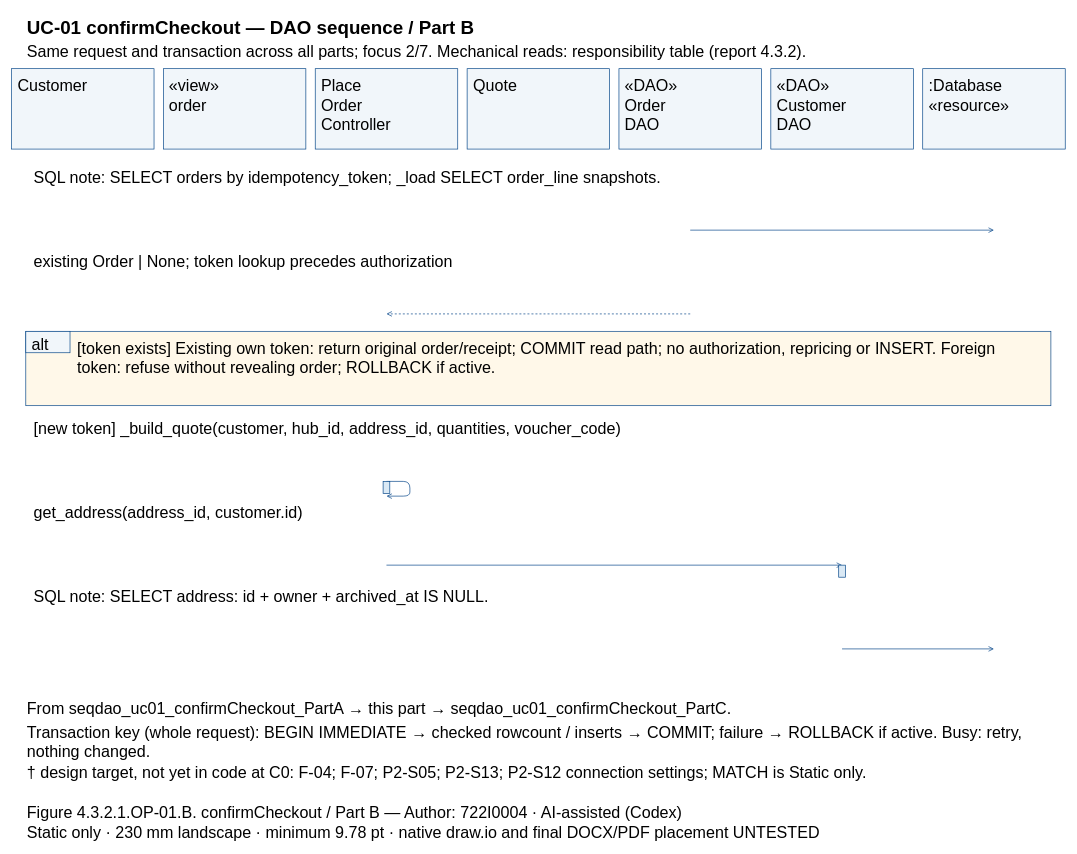
Above: models/UC-01/seqdao_uc01_confirmCheckout_PartB.drawio in Dat071104/SaigonBite (draw.io), before the change. Source tidied: cells renumbered, new cells numbered last; positions are measured from the earlier drawing's top-left corner, leaving out a move shared by most shapes. Both pictures are drawn from the tidied source at 67%, with x=0, y=0 at pixel (11, 11).
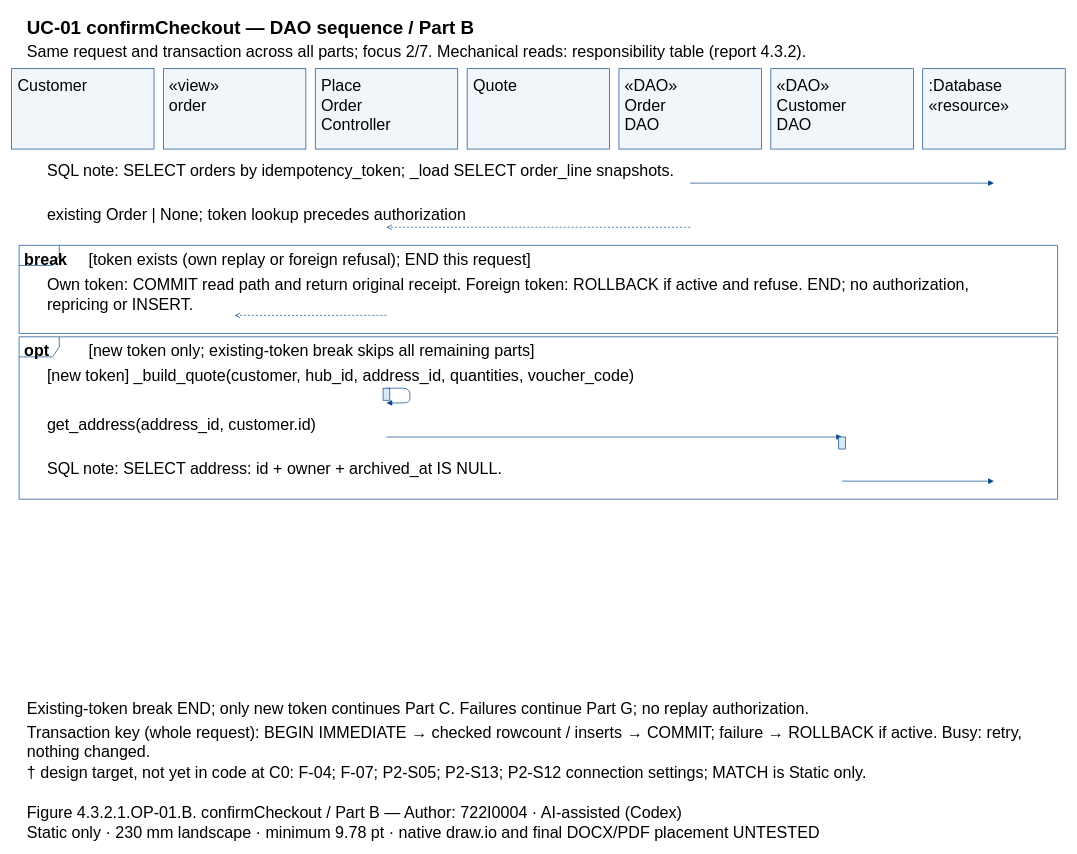
The same page after the edit.

Change to the diagram source:
```diff
@@
+    <mxCell id="49" style="shape=umlFrame;fillColor=none;strokeColor=#004387;" parent="1" vertex="1">
+      <mxGeometry x="11" y="348.7" width="1550" height="131.5" as="geometry" />
+    </mxCell>
+    <mxCell id="50" style="shape=umlFrame;fillColor=none;strokeColor=#004387;" parent="1" vertex="1">
+      <mxGeometry x="11" y="485.2" width="1550" height="242.4" as="geometry" />
+    </mxCell>
@@
-    <mxCell id="5" value="Customer" style="text;html=0;whiteSpace=wrap;align=left;verticalAlign=top;strokeColor=none;fillColor=none;fontFamily=Arial;fontSize=24;fontStyle=0;" parent="1" vertex="1">
-      <mxGeometry x="6.7" y="90" width="198.7" height="27.8" as="geometry" />
-    </mxCell>
+    <mxCell id="7" value="Customer" style="text;html=0;whiteSpace=wrap;align=left;verticalAlign=top;strokeColor=none;fillColor=none;fontFamily=Arial;fontSize=24;fontStyle=0;" parent="1" vertex="1">
+      <mxGeometry x="6.7" y="90" width="198.7" height="27.8" as="geometry" />
+    </mxCell>
@@
-    <mxCell id="7" value="«view»&#10;order" style="text;html=0;whiteSpace=wrap;align=left;verticalAlign=top;strokeColor=none;fillColor=none;fontFamily=Arial;fontSize=24;fontStyle=0;" parent="1" vertex="1">
-      <mxGeometry x="233.3" y="90" width="198.7" height="55.7" as="geometry" />
-    </mxCell>
+    <mxCell id="9" value="«view»&#10;order" style="text;html=0;whiteSpace=wrap;align=left;verticalAlign=top;strokeColor=none;fillColor=none;fontFamily=Arial;fontSize=24;fontStyle=0;" parent="1" vertex="1">
+      <mxGeometry x="233.3" y="90" width="198.7" height="55.7" as="geometry" />
+    </mxCell>
@@
-    <mxCell id="9" value="Place&#10;Order&#10;Controller" style="text;html=0;whiteSpace=wrap;align=left;verticalAlign=top;strokeColor=none;fillColor=none;fontFamily=Arial;fontSize=24;fontStyle=0;" parent="1" vertex="1">
-      <mxGeometry x="460" y="90" width="198.7" height="83.5" as="geometry" />
-    </mxCell>
+    <mxCell id="11" value="Place&#10;Order&#10;Controller" style="text;html=0;whiteSpace=wrap;align=left;verticalAlign=top;strokeColor=none;fillColor=none;fontFamily=Arial;fontSize=24;fontStyle=0;" parent="1" vertex="1">
+      <mxGeometry x="460" y="90" width="198.7" height="83.5" as="geometry" />
+    </mxCell>
@@
-    <mxCell id="11" value="Quote" style="text;html=0;whiteSpace=wrap;align=left;verticalAlign=top;strokeColor=none;fillColor=none;fontFamily=Arial;fontSize=24;fontStyle=0;" parent="1" vertex="1">
-      <mxGeometry x="686.7" y="90" width="198.7" height="27.8" as="geometry" />
-    </mxCell>
+    <mxCell id="13" value="Quote" style="text;html=0;whiteSpace=wrap;align=left;verticalAlign=top;strokeColor=none;fillColor=none;fontFamily=Arial;fontSize=24;fontStyle=0;" parent="1" vertex="1">
+      <mxGeometry x="686.7" y="90" width="198.7" height="27.8" as="geometry" />
+    </mxCell>
@@
-    <mxCell id="13" value="«DAO»&#10;Order&#10;DAO" style="text;html=0;whiteSpace=wrap;align=left;verticalAlign=top;strokeColor=none;fillColor=none;fontFamily=Arial;fontSize=24;fontStyle=0;" parent="1" vertex="1">
-      <mxGeometry x="913.3" y="90" width="198.7" height="83.5" as="geometry" />
-    </mxCell>
+    <mxCell id="15" value="«DAO»&#10;Order&#10;DAO" style="text;html=0;whiteSpace=wrap;align=left;verticalAlign=top;strokeColor=none;fillColor=none;fontFamily=Arial;fontSize=24;fontStyle=0;" parent="1" vertex="1">
+      <mxGeometry x="913.3" y="90" width="198.7" height="83.5" as="geometry" />
+    </mxCell>
@@
-    <mxCell id="15" value="«DAO»&#10;Customer&#10;DAO" style="text;html=0;whiteSpace=wrap;align=left;verticalAlign=top;strokeColor=none;fillColor=none;fontFamily=Arial;fontSize=24;fontStyle=0;" parent="1" vertex="1">
-      <mxGeometry x="1140" y="90" width="198.7" height="83.5" as="geometry" />
-    </mxCell>
+    <mxCell id="17" value="«DAO»&#10;Customer&#10;DAO" style="text;html=0;whiteSpace=wrap;align=left;verticalAlign=top;strokeColor=none;fillColor=none;fontFamily=Arial;fontSize=24;fontStyle=0;" parent="1" vertex="1">
+      <mxGeometry x="1140" y="90" width="198.7" height="83.5" as="geometry" />
+    </mxCell>
@@
-    <mxCell id="17" value=":Database&#10;«resource»" style="text;html=0;whiteSpace=wrap;align=left;verticalAlign=top;strokeColor=none;fillColor=none;fontFamily=Arial;fontSize=24;fontStyle=0;" parent="1" vertex="1">
-      <mxGeometry x="1366.7" y="90" width="198.7" height="55.7" as="geometry" />
-    </mxCell>
-    <mxCell id="18" value="SQL note: SELECT orders by idempotency_token; _load SELECT order_line snapshots." style="text;html=0;whiteSpace=wrap;align=left;verticalAlign=top;strokeColor=none;fillColor=none;fontFamily=Arial;fontSize=24;fontStyle=0;" parent="1" vertex="1">
-      <mxGeometry x="31" y="227" width="1510" height="27.8" as="geometry" />
-    </mxCell>
+    <mxCell id="51" value=":Database&#10;«resource»" style="text;html=0;whiteSpace=wrap;align=left;verticalAlign=top;strokeColor=none;fillColor=none;fontFamily=Arial;fontSize=24;fontStyle=0;" parent="1" vertex="1">
+      <mxGeometry x="1366.7" y="90" width="198.7" height="55.7" as="geometry" />
+    </mxCell>
+    <mxCell id="52" value="break" style="text;html=0;whiteSpace=wrap;align=left;verticalAlign=top;strokeColor=none;fillColor=none;fontFamily=Arial;fontSize=24;fontStyle=1;" parent="1" vertex="1">
+      <mxGeometry x="17" y="349.7" width="84" height="27.8" as="geometry" />
+    </mxCell>
+    <mxCell id="53" value="[token exists (own replay or foreign refusal); END this request]" style="text;html=0;whiteSpace=wrap;align=left;verticalAlign=top;strokeColor=none;fillColor=none;fontFamily=Arial;fontSize=24;fontStyle=0;" parent="1" vertex="1">
+      <mxGeometry x="113" y="349.7" width="1438" height="27.8" as="geometry" />
+    </mxCell>
+    <mxCell id="54" value="opt" style="text;html=0;whiteSpace=wrap;align=left;verticalAlign=top;strokeColor=none;fillColor=none;fontFamily=Arial;fontSize=24;fontStyle=1;" parent="1" vertex="1">
+      <mxGeometry x="17" y="486.2" width="84" height="27.8" as="geometry" />
+    </mxCell>
+    <mxCell id="55" value="[new token only; existing-token break skips all remaining parts]" style="text;html=0;whiteSpace=wrap;align=left;verticalAlign=top;strokeColor=none;fillColor=none;fontFamily=Arial;fontSize=24;fontStyle=0;" parent="1" vertex="1">
+      <mxGeometry x="113" y="486.2" width="1438" height="27.8" as="geometry" />
+    </mxCell>
+    <mxCell id="28" value="SQL note: SELECT orders by idempotency_token; _load SELECT order_line snapshots." style="text;html=0;whiteSpace=wrap;align=left;verticalAlign=top;strokeColor=none;fillColor=none;fontFamily=Arial;fontSize=24;fontStyle=0;" parent="1" vertex="1">
+      <mxGeometry x="51" y="217" width="1470" height="27.8" as="geometry" />
+    </mxCell>
     <mxCell id="19" style="opacity=0;" parent="1" vertex="1">
-      <mxGeometry x="1012.7" y="326" as="geometry" />
+      <mxGeometry x="1012.7" y="255.8" as="geometry" />
     </mxCell>
     <mxCell id="20" style="opacity=0;" parent="1" vertex="1">
-      <mxGeometry x="1466" y="326" as="geometry" />
+      <mxGeometry x="1466" y="255.8" as="geometry" />
     </mxCell>
-    <mxCell id="21" style="edgeStyle=none;endArrow=open;strokeColor=#004387;exitX=0.5;entryX=0.5;exitPerimeter=0;entryPerimeter=0;" parent="1" edge="1" source="19" target="20">
+    <mxCell id="21" style="edgeStyle=none;endArrow=block;endFill=1;strokeColor=#004387;exitX=0.5;entryX=0.5;exitPerimeter=0;entryPerimeter=0;" parent="1" edge="1" source="19" target="20">
       <mxGeometry relative="1" as="geometry" />
     </mxCell>
-    <mxCell id="22" value="existing Order | None; token lookup precedes authorization" style="text;html=0;whiteSpace=wrap;align=left;verticalAlign=top;strokeColor=none;fillColor=none;fontFamily=Arial;fontSize=24;fontStyle=0;" parent="1" vertex="1">
-      <mxGeometry x="31" y="352" width="1510" height="27.8" as="geometry" />
-    </mxCell>
+    <mxCell id="30" value="existing Order | None; token lookup precedes authorization" style="text;html=0;whiteSpace=wrap;align=left;verticalAlign=top;strokeColor=none;fillColor=none;fontFamily=Arial;fontSize=24;fontStyle=0;" parent="1" vertex="1">
+      <mxGeometry x="51" y="282.8" width="1470" height="27.8" as="geometry" />
+    </mxCell>
     <mxCell id="23" style="opacity=0;" parent="1" vertex="1">
-      <mxGeometry x="1012.7" y="451" as="geometry" />
+      <mxGeometry x="1012.7" y="321.7" as="geometry" />
     </mxCell>
     <mxCell id="24" style="opacity=0;" parent="1" vertex="1">
-      <mxGeometry x="559.3" y="451" as="geometry" />
+      <mxGeometry x="559.3" y="321.7" as="geometry" />
     </mxCell>
-    <mxCell id="25" style="edgeStyle=none;endArrow=open;strokeColor=#004387;dashed=1;exitX=0.5;entryX=0.5;exitPerimeter=0;entryPerimeter=0;" parent="1" edge="1" source="23" target="24">
+    <mxCell id="25" style="edgeStyle=none;endArrow=open;endFill=0;strokeColor=#004387;dashed=1;exitX=0.5;entryX=0.5;exitPerimeter=0;entryPerimeter=0;" parent="1" edge="1" source="23" target="24">
       <mxGeometry relative="1" as="geometry" />
     </mxCell>
-    <mxCell id="26" style="fillColor=#FFF8E9;strokeColor=#004387;" parent="1" vertex="1">
-      <mxGeometry x="21" y="477" width="1530" height="111" as="geometry" />
-    </mxCell>
-    <mxCell id="27" style="fillColor=#F1F6FA;strokeColor=#004387;" parent="1" vertex="1">
-      <mxGeometry x="21" y="477" width="66" height="32" as="geometry" />
-    </mxCell>
-    <mxCell id="28" value="alt" style="text;html=0;whiteSpace=wrap;align=left;verticalAlign=top;strokeColor=none;fillColor=none;fontFamily=Arial;fontSize=24;fontStyle=0;" parent="1" vertex="1">
-      <mxGeometry x="28" y="477" width="56" height="27.8" as="geometry" />
-    </mxCell>
-    <mxCell id="29" value="[token exists] Existing own token: return original order/receipt; COMMIT read path; no authorization, repricing or INSERT. Foreign&#10;token: refuse without revealing order; ROLLBACK if active." style="text;html=0;whiteSpace=wrap;align=left;verticalAlign=top;strokeColor=none;fillColor=none;fontFamily=Arial;fontSize=24;fontStyle=0;" parent="1" vertex="1">
-      <mxGeometry x="96" y="482" width="1440" height="55.7" as="geometry" />
-    </mxCell>
-    <mxCell id="30" value="[new token] _build_quote(customer, hub_id, address_id, quantities, voucher_code)" style="text;html=0;whiteSpace=wrap;align=left;verticalAlign=top;strokeColor=none;fillColor=none;fontFamily=Arial;fontSize=24;fontStyle=0;" parent="1" vertex="1">
-      <mxGeometry x="31" y="602" width="1510" height="27.8" as="geometry" />
-    </mxCell>
+    <mxCell id="56" value="Own token: COMMIT read path and return original receipt. Foreign token: ROLLBACK if active and refuse. END; no authorization,&#10;repricing or INSERT." style="text;html=0;whiteSpace=wrap;align=left;verticalAlign=top;strokeColor=none;fillColor=none;fontFamily=Arial;fontSize=24;fontStyle=0;" parent="1" vertex="1">
+      <mxGeometry x="51" y="386.5" width="1470" height="55.7" as="geometry" />
+    </mxCell>
+    <mxCell id="57" style="opacity=0;" parent="1" vertex="1">
+      <mxGeometry x="559.3" y="453.2" as="geometry" />
+    </mxCell>
+    <mxCell id="58" style="opacity=0;" parent="1" vertex="1">
+      <mxGeometry x="332.7" y="453.2" as="geometry" />
+    </mxCell>
+    <mxCell id="59" style="edgeStyle=none;endArrow=open;endFill=0;strokeColor=#004387;dashed=1;exitX=0.5;entryX=0.5;exitPerimeter=0;entryPerimeter=0;" parent="1" edge="1" source="57" target="58">
+      <mxGeometry relative="1" as="geometry" />
+    </mxCell>
+    <mxCell id="60" value="[new token] _build_quote(customer, hub_id, address_id, quantities, voucher_code)" style="text;html=0;whiteSpace=wrap;align=left;verticalAlign=top;strokeColor=none;fillColor=none;fontFamily=Arial;fontSize=24;fontStyle=0;" parent="1" vertex="1">
+      <mxGeometry x="51" y="523" width="1470" height="27.8" as="geometry" />
+    </mxCell>
     <mxCell id="31" style="opacity=0;" parent="1" vertex="1">
-      <mxGeometry x="559.3" y="701" as="geometry" />
+      <mxGeometry x="559.3" y="561.9" as="geometry" />
     </mxCell>
     <mxCell id="32" style="opacity=0;" parent="1" vertex="1">
-      <mxGeometry x="559.3" y="723" as="geometry" />
+      <mxGeometry x="559.3" y="583.9" as="geometry" />
     </mxCell>
-    <mxCell id="33" style="edgeStyle=none;endArrow=open;strokeColor=#004387;exitX=0.5;entryX=0.5;exitPerimeter=0;entryPerimeter=0;" parent="1" edge="1" source="31" target="32">
+    <mxCell id="33" style="edgeStyle=none;endArrow=block;endFill=1;strokeColor=#004387;exitX=0.5;entryX=0.5;exitPerimeter=0;entryPerimeter=0;" parent="1" edge="1" source="31" target="32">
       <mxGeometry relative="1" as="geometry">
         <Array as="points">
-          <mxPoint x="594.3" y="701" />
-          <mxPoint x="594.3" y="723" />
+          <mxPoint x="594.3" y="561.9" />
+          <mxPoint x="594.3" y="583.9" />
         </Array>
       </mxGeometry>
     </mxCell>
-    <mxCell id="34" style="fillColor=#DAE9F5;strokeColor=#004387;" parent="1" vertex="1">
-      <mxGeometry x="554.3" y="701" width="10" height="18" as="geometry" />
-    </mxCell>
+    <mxCell id="61" style="fillColor=#DAE9F5;strokeColor=#004387;" parent="1" vertex="1">
+      <mxGeometry x="554.3" y="561.9" width="10" height="18" as="geometry" />
+    </mxCell>
     <mxCell id="35" value="get_address(address_id, customer.id)" style="text;html=0;whiteSpace=wrap;align=left;verticalAlign=top;strokeColor=none;fillColor=none;fontFamily=Arial;fontSize=24;fontStyle=0;" parent="1" vertex="1">
-      <mxGeometry x="31" y="727" width="1510" height="27.8" as="geometry" />
+      <mxGeometry x="51" y="595.9" width="1470" height="27.8" as="geometry" />
     </mxCell>
     <mxCell id="36" style="opacity=0;" parent="1" vertex="1">
-      <mxGeometry x="559.3" y="826" as="geometry" />
+      <mxGeometry x="559.3" y="634.7" as="geometry" />
     </mxCell>
     <mxCell id="37" style="opacity=0;" parent="1" vertex="1">
-      <mxGeometry x="1239.3" y="826" as="geometry" />
+      <mxGeometry x="1239.3" y="634.7" as="geometry" />
     </mxCell>
-    <mxCell id="38" style="edgeStyle=none;endArrow=open;strokeColor=#004387;exitX=0.5;entryX=0.5;exitPerimeter=0;entryPerimeter=0;" parent="1" edge="1" source="36" target="37">
+    <mxCell id="38" style="edgeStyle=none;endArrow=block;endFill=1;strokeColor=#004387;exitX=0.5;entryX=0.5;exitPerimeter=0;entryPerimeter=0;" parent="1" edge="1" source="36" target="37">
       <mxGeometry relative="1" as="geometry" />
     </mxCell>
-    <mxCell id="39" style="fillColor=#DAE9F5;strokeColor=#004387;" parent="1" vertex="1">
-      <mxGeometry x="1234.3" y="826" width="10" height="18" as="geometry" />
-    </mxCell>
-    <mxCell id="40" value="SQL note: SELECT address: id + owner + archived_at IS NULL." style="text;html=0;whiteSpace=wrap;align=left;verticalAlign=top;strokeColor=none;fillColor=none;fontFamily=Arial;fontSize=24;fontStyle=0;" parent="1" vertex="1">
-      <mxGeometry x="31" y="852" width="1510" height="27.8" as="geometry" />
-    </mxCell>
+    <mxCell id="62" style="fillColor=#DAE9F5;strokeColor=#004387;" parent="1" vertex="1">
+      <mxGeometry x="1234.3" y="634.7" width="10" height="18" as="geometry" />
+    </mxCell>
+    <mxCell id="46" value="SQL note: SELECT address: id + owner + archived_at IS NULL." style="text;html=0;whiteSpace=wrap;align=left;verticalAlign=top;strokeColor=none;fillColor=none;fontFamily=Arial;fontSize=24;fontStyle=0;" parent="1" vertex="1">
+      <mxGeometry x="51" y="661.7" width="1470" height="27.8" as="geometry" />
+    </mxCell>
     <mxCell id="41" style="opacity=0;" parent="1" vertex="1">
-      <mxGeometry x="1239.3" y="951" as="geometry" />
+      <mxGeometry x="1239.3" y="700.6" as="geometry" />
     </mxCell>
     <mxCell id="42" style="opacity=0;" parent="1" vertex="1">
-      <mxGeometry x="1466" y="951" as="geometry" />
+      <mxGeometry x="1466" y="700.6" as="geometry" />
     </mxCell>
-    <mxCell id="43" style="edgeStyle=none;endArrow=open;strokeColor=#004387;exitX=0.5;entryX=0.5;exitPerimeter=0;entryPerimeter=0;" parent="1" edge="1" source="41" target="42">
+    <mxCell id="43" style="edgeStyle=none;endArrow=block;endFill=1;strokeColor=#004387;exitX=0.5;entryX=0.5;exitPerimeter=0;entryPerimeter=0;" parent="1" edge="1" source="41" target="42">
       <mxGeometry relative="1" as="geometry" />
     </mxCell>
-    <mxCell id="44" value="From seqdao_uc01_confirmCheckout_PartA → this part → seqdao_uc01_confirmCheckout_PartC." style="text;html=0;whiteSpace=wrap;align=left;verticalAlign=top;strokeColor=none;fillColor=none;fontFamily=Arial;fontSize=24;fontStyle=0;" parent="1" vertex="1">
-      <mxGeometry x="21" y="1020" width="1530" height="27.8" as="geometry" />
-    </mxCell>
+    <mxCell id="48" value="Existing-token break END; only new token continues Part C. Failures continue Part G; no replay authorization." style="text;html=0;whiteSpace=wrap;align=left;verticalAlign=top;strokeColor=none;fillColor=none;fontFamily=Arial;fontSize=24;fontStyle=0;" parent="1" vertex="1">
+      <mxGeometry x="21" y="1020" width="1530" height="27.8" as="geometry" />
+    </mxCell>
@@
-    <mxCell id="46" value="† design target, not yet in code at C0: F-04; F-07; P2-S05; P2-S13; P2-S12 connection settings; MATCH is Static only." style="text;html=0;whiteSpace=wrap;align=left;verticalAlign=top;strokeColor=none;fillColor=none;fontFamily=Arial;fontSize=24;fontStyle=0;" parent="1" vertex="1">
-      <mxGeometry x="21" y="1115" width="1530" height="27.8" as="geometry" />
-    </mxCell>
+    <mxCell id="63" value="† design target, not yet in code at C0: F-04; F-07; P2-S05; P2-S13; P2-S12 connection settings; MATCH is Static only." style="text;html=0;whiteSpace=wrap;align=left;verticalAlign=top;strokeColor=none;fillColor=none;fontFamily=Arial;fontSize=24;fontStyle=0;" parent="1" vertex="1">
+      <mxGeometry x="21" y="1115" width="1530" height="27.8" as="geometry" />
+    </mxCell>
@@
-    <mxCell id="48" value="Static only · 230 mm landscape · minimum 9.78 pt · native draw.io and final DOCX/PDF placement UNTESTED" style="text;html=0;whiteSpace=wrap;align=left;verticalAlign=top;strokeColor=none;fillColor=none;fontFamily=Arial;fontSize=24;fontStyle=0;" parent="1" vertex="1">
-      <mxGeometry x="21" y="1205" width="1530" height="27.8" as="geometry" />
-    </mxCell>
+    <mxCell id="64" value="Static only · 230 mm landscape · minimum 9.78 pt · native draw.io and final DOCX/PDF placement UNTESTED" style="text;html=0;whiteSpace=wrap;align=left;verticalAlign=top;strokeColor=none;fillColor=none;fontFamily=Arial;fontSize=24;fontStyle=0;" parent="1" vertex="1">
+      <mxGeometry x="21" y="1205" width="1530" height="27.8" as="geometry" />
+    </mxCell>
```
